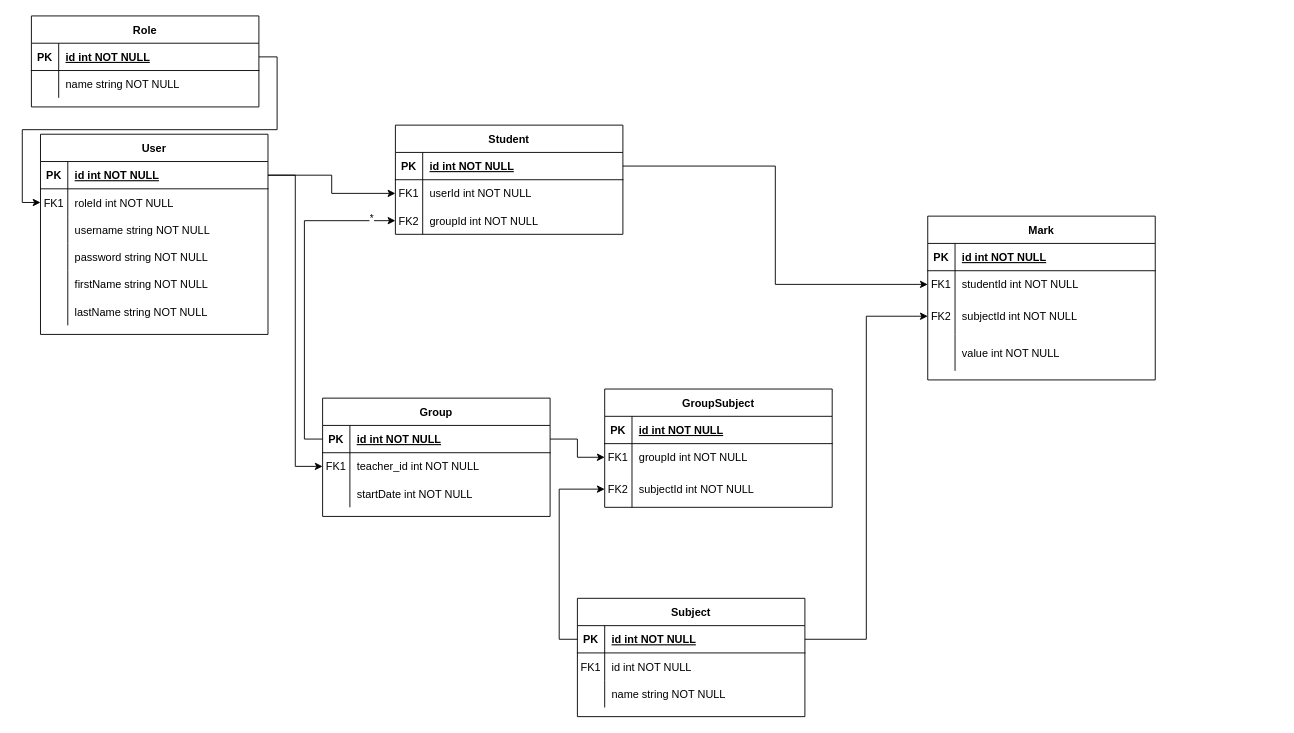
The draw.io diagram dokumentacja/diagram-bazy-danych.drawio in Axori/e-school, before the edit. Source tidied: cells renumbered, new cells numbered last; positions are measured from the earlier drawing's top-left corner, leaving out a move shared by most shapes. Both pictures are drawn from the tidied source at 91%, with x=0, y=0 at pixel (31, 15).
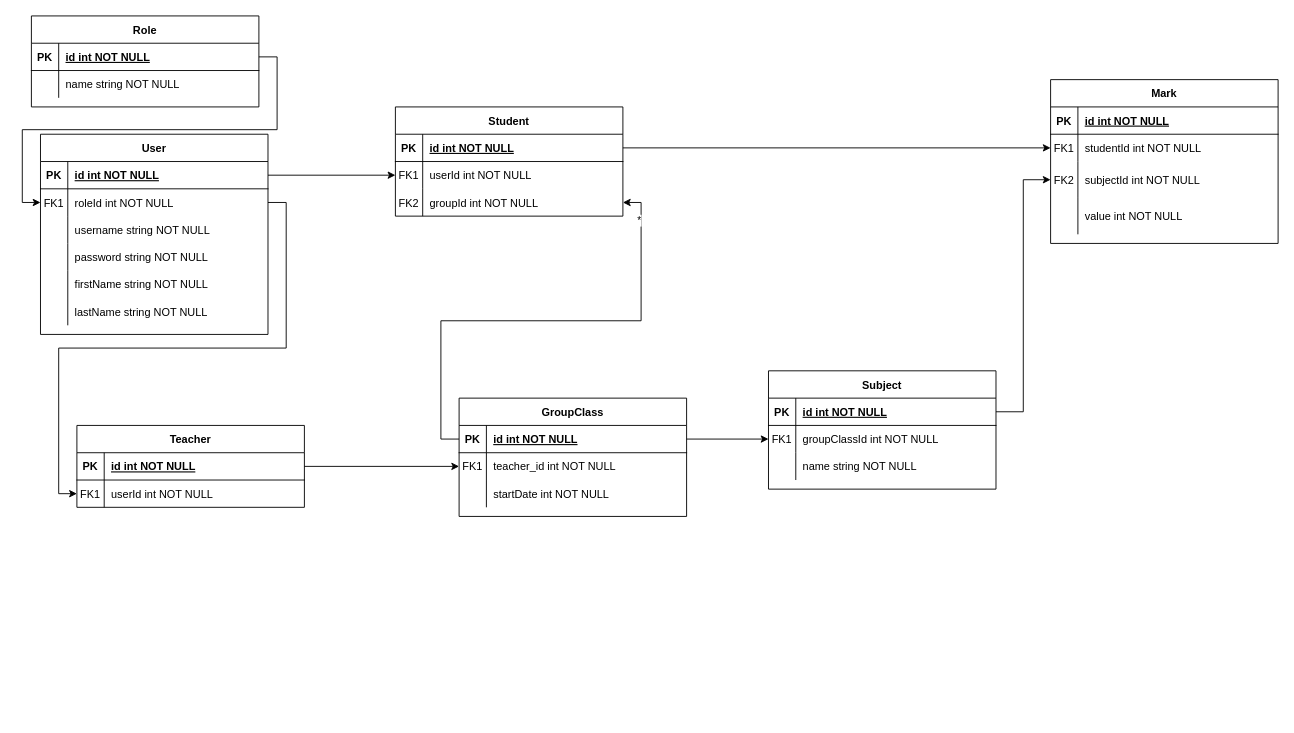
Above is the later version.

Unchanged cells that the change refers to:
```xml
<mxCell id="3" style="shape=partialRectangle;fillColor=none;points=[[0,0.5],[1,0.5]];portConstraint=eastwest;top=0;left=0;right=0;bottom=1;" parent="2" vertex="1">
  <mxGeometry y="30" width="250" height="30" as="geometry" />
</mxCell>
<mxCell id="6" style="shape=partialRectangle;fillColor=none;points=[[0,0.5],[1,0.5]];portConstraint=eastwest;top=0;left=0;right=0;bottom=0;" parent="2" vertex="1">
  <mxGeometry y="60" width="250" height="30" as="geometry" />
</mxCell>
<mxCell id="22" style="shape=partialRectangle;fillColor=none;points=[[0,0.5],[1,0.5]];portConstraint=eastwest;top=0;left=0;right=0;bottom=1;" parent="21" vertex="1">
  <mxGeometry y="30" width="250" height="30" as="geometry" />
</mxCell>
<mxCell id="25" style="shape=partialRectangle;fillColor=none;points=[[0,0.5],[1,0.5]];portConstraint=eastwest;top=0;left=0;right=0;bottom=0;" parent="21" vertex="1">
  <mxGeometry y="60" width="250" height="30" as="geometry" />
</mxCell>
<mxCell id="39" style="shape=partialRectangle;fillColor=none;points=[[0,0.5],[1,0.5]];portConstraint=eastwest;top=0;left=0;right=0;bottom=1;" parent="38" vertex="1">
  <mxGeometry y="30" width="250" height="30" as="geometry" />
</mxCell>
<mxCell id="42" style="shape=partialRectangle;fillColor=none;points=[[0,0.5],[1,0.5]];portConstraint=eastwest;top=0;left=0;right=0;bottom=0;" parent="38" vertex="1">
  <mxGeometry y="60" width="250" height="30" as="geometry" />
</mxCell>
```

What changed in the source:
```diff
@@
-    <mxCell id="21" value="Group" style="shape=table;startSize=30;childLayout=tableLayout;rowLines=0;fontStyle=1;align=center;" parent="1" vertex="1">
-      <mxGeometry x="320" y="420" width="250" height="130" as="geometry" />
+    <mxCell id="21" value="GroupClass" style="shape=table;startSize=30;childLayout=tableLayout;rowLines=0;fontStyle=1;align=center;" parent="1" vertex="1">
+      <mxGeometry x="470" y="420" width="250" height="130" as="geometry" />
     </mxCell>
@@
     <mxCell id="38" value="Subject" style="shape=table;startSize=30;childLayout=tableLayout;rowLines=0;fontStyle=1;align=center;" parent="1" vertex="1">
-      <mxGeometry x="600" y="640" width="250" height="130" as="geometry" />
+      <mxGeometry x="810" y="390" width="250" height="130" as="geometry" />
     </mxCell>
@@
-    <mxCell id="44" value="id int NOT NULL" style="shape=partialRectangle;overflow=hidden;fillColor=none;top=0;left=0;bottom=0;right=0;align=left;spacingLeft=6;" parent="42" vertex="1">
+    <mxCell id="44" value="groupClassId int NOT NULL" style="shape=partialRectangle;overflow=hidden;fillColor=none;top=0;left=0;bottom=0;right=0;align=left;spacingLeft=6;" parent="42" vertex="1">
       <mxGeometry x="30" width="220" height="30" as="geometry" />
     </mxCell>
@@
     <mxCell id="49" value="Student" style="shape=table;startSize=30;childLayout=tableLayout;rowLines=0;fontStyle=1;align=center;" parent="1" vertex="1">
-      <mxGeometry x="400" y="120" width="250" height="120" as="geometry" />
+      <mxGeometry x="400" y="100" width="250" height="120" as="geometry" />
     </mxCell>
@@
-    <mxCell id="62" style="edgeStyle=orthogonalEdgeStyle;rounded=0;jettySize=auto;html=1;exitX=1;exitY=0.5;exitDx=0;exitDy=0;entryX=0;entryY=0.5;entryDx=0;entryDy=0;" parent="1" edge="1" source="3" target="25">
-      <mxGeometry relative="1" as="geometry" />
-    </mxCell>
-    <mxCell id="63" value="GroupSubject" style="shape=table;startSize=30;childLayout=tableLayout;rowLines=0;fontStyle=1;align=center;" parent="1" vertex="1">
-      <mxGeometry x="630" y="410" width="250" height="130" as="geometry" />
-    </mxCell>
-    <mxCell id="64" style="shape=partialRectangle;fillColor=none;points=[[0,0.5],[1,0.5]];portConstraint=eastwest;top=0;left=0;right=0;bottom=1;" parent="63" vertex="1">
-      <mxGeometry y="30" width="250" height="30" as="geometry" />
-    </mxCell>
-    <mxCell id="65" value="PK" style="shape=partialRectangle;overflow=hidden;fillColor=none;top=0;left=0;bottom=0;right=0;fontStyle=1;" parent="64" vertex="1">
-      <mxGeometry width="30" height="30" as="geometry" />
-    </mxCell>
-    <mxCell id="66" value="id int NOT NULL " style="shape=partialRectangle;overflow=hidden;fillColor=none;top=0;left=0;bottom=0;right=0;align=left;spacingLeft=6;fontStyle=5;" parent="64" vertex="1">
-      <mxGeometry x="30" width="220" height="30" as="geometry" />
-    </mxCell>
-    <mxCell id="67" style="shape=partialRectangle;fillColor=none;points=[[0,0.5],[1,0.5]];portConstraint=eastwest;top=0;left=0;right=0;bottom=0;" parent="63" vertex="1">
-      <mxGeometry y="60" width="250" height="30" as="geometry" />
-    </mxCell>
-    <mxCell id="68" value="FK1" style="shape=partialRectangle;overflow=hidden;fillColor=none;top=0;left=0;bottom=0;right=0;" parent="67" vertex="1">
-      <mxGeometry width="30" height="30" as="geometry" />
-    </mxCell>
-    <mxCell id="69" value="groupId int NOT NULL" style="shape=partialRectangle;overflow=hidden;fillColor=none;top=0;left=0;bottom=0;right=0;align=left;spacingLeft=6;" parent="67" vertex="1">
-      <mxGeometry x="30" width="220" height="30" as="geometry" />
-    </mxCell>
-    <mxCell id="70" style="shape=partialRectangle;fillColor=none;points=[[0,0.5],[1,0.5]];portConstraint=eastwest;top=0;left=0;right=0;bottom=0;" parent="63" vertex="1">
-      <mxGeometry y="90" width="250" height="40" as="geometry" />
-    </mxCell>
-    <mxCell id="71" value="FK2" style="shape=partialRectangle;overflow=hidden;fillColor=none;top=0;left=0;bottom=0;right=0;" parent="70" vertex="1">
-      <mxGeometry width="30" height="40" as="geometry" />
-    </mxCell>
-    <mxCell id="72" value="subjectId int NOT NULL" style="shape=partialRectangle;overflow=hidden;fillColor=none;top=0;left=0;bottom=0;right=0;align=left;spacingLeft=6;" parent="70" vertex="1">
-      <mxGeometry x="30" width="220" height="40" as="geometry" />
-    </mxCell>
-    <mxCell id="73" style="edgeStyle=orthogonalEdgeStyle;rounded=0;jettySize=auto;html=1;exitX=1;exitY=0.5;exitDx=0;exitDy=0;entryX=0;entryY=0.5;entryDx=0;entryDy=0;" parent="1" edge="1" source="22" target="67">
-      <mxGeometry relative="1" as="geometry" />
-    </mxCell>
-    <mxCell id="74" style="edgeStyle=orthogonalEdgeStyle;rounded=0;jettySize=auto;html=1;exitX=0;exitY=0.5;exitDx=0;exitDy=0;entryX=0;entryY=0.5;entryDx=0;entryDy=0;" parent="1" edge="1" source="39" target="70">
-      <mxGeometry relative="1" as="geometry" />
-    </mxCell>
     <mxCell id="75" value="Mark" style="shape=table;startSize=30;childLayout=tableLayout;rowLines=0;fontStyle=1;align=center;" parent="1" vertex="1">
-      <mxGeometry x="985" y="220" width="250" height="180" as="geometry" />
+      <mxGeometry x="1120" y="70" width="250" height="180" as="geometry" />
     </mxCell>
@@
+    <mxCell id="90" style="edgeStyle=orthogonalEdgeStyle;rounded=0;jettySize=auto;html=1;exitX=1;exitY=0.5;exitDx=0;exitDy=0;entryX=0;entryY=0.5;entryDx=0;entryDy=0;" parent="1" edge="1" source="22" target="42">
+      <mxGeometry relative="1" as="geometry" />
+    </mxCell>
+    <mxCell id="91" value="Teacher" style="shape=table;startSize=30;childLayout=tableLayout;rowLines=0;fontStyle=1;align=center;" parent="1" vertex="1">
+      <mxGeometry x="50" y="450" width="250" height="90" as="geometry" />
+    </mxCell>
+    <mxCell id="64" style="shape=partialRectangle;fillColor=none;points=[[0,0.5],[1,0.5]];portConstraint=eastwest;top=0;left=0;right=0;bottom=1;" parent="91" vertex="1">
+      <mxGeometry y="30" width="250" height="30" as="geometry" />
+    </mxCell>
+    <mxCell id="65" value="PK" style="shape=partialRectangle;overflow=hidden;fillColor=none;top=0;left=0;bottom=0;right=0;fontStyle=1;" parent="64" vertex="1">
+      <mxGeometry width="30" height="30" as="geometry" />
+    </mxCell>
+    <mxCell id="66" value="id int NOT NULL" style="shape=partialRectangle;overflow=hidden;fillColor=none;top=0;left=0;bottom=0;right=0;align=left;spacingLeft=6;fontStyle=5;" parent="64" vertex="1">
+      <mxGeometry x="30" width="220" height="30" as="geometry" />
+    </mxCell>
+    <mxCell id="67" style="shape=partialRectangle;fillColor=none;points=[[0,0.5],[1,0.5]];portConstraint=eastwest;top=0;left=0;right=0;bottom=0;" parent="91" vertex="1">
+      <mxGeometry y="60" width="250" height="30" as="geometry" />
+    </mxCell>
+    <mxCell id="68" value="FK1" style="shape=partialRectangle;overflow=hidden;fillColor=none;top=0;left=0;bottom=0;right=0;" parent="67" vertex="1">
+      <mxGeometry width="30" height="30" as="geometry" />
+    </mxCell>
+    <mxCell id="92" value="userId int NOT NULL" style="shape=partialRectangle;overflow=hidden;fillColor=none;top=0;left=0;bottom=0;right=0;align=left;spacingLeft=6;" parent="67" vertex="1">
+      <mxGeometry x="30" width="220" height="30" as="geometry" />
+    </mxCell>
+    <mxCell id="93" style="edgeStyle=orthogonalEdgeStyle;rounded=0;jettySize=auto;html=1;exitX=1;exitY=0.5;exitDx=0;exitDy=0;" parent="1" edge="1" source="6" target="67">
+      <mxGeometry relative="1" as="geometry" />
+    </mxCell>
+    <mxCell id="94" style="edgeStyle=orthogonalEdgeStyle;rounded=0;jettySize=auto;html=1;exitX=1;exitY=0.5;exitDx=0;exitDy=0;entryX=0;entryY=0.5;entryDx=0;entryDy=0;" parent="1" edge="1" source="64" target="25">
+      <mxGeometry relative="1" as="geometry" />
+    </mxCell>
```
